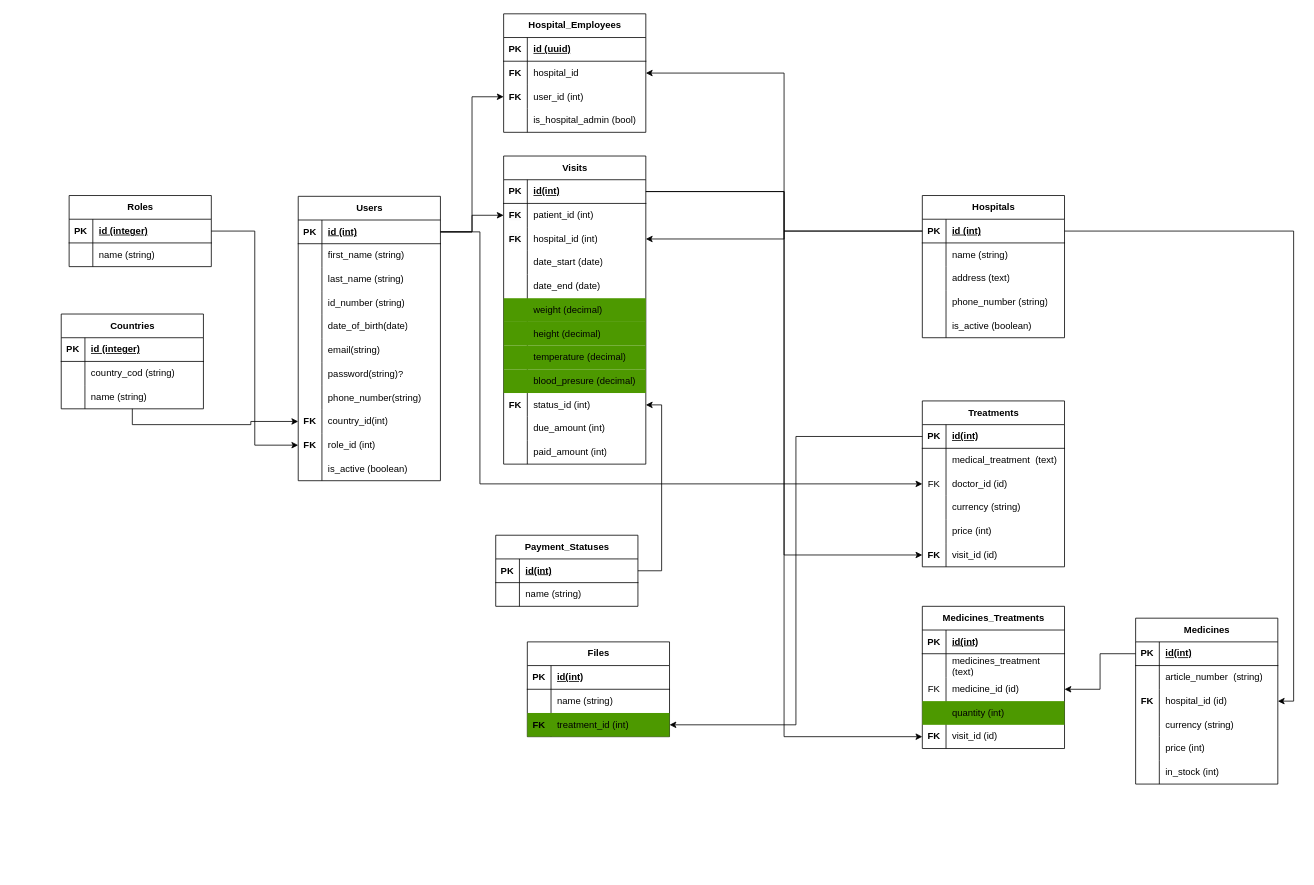
fao30/hospital-management-be keeps this draw.io diagram as Untitled Diagram.drawio. Above is the earlier version. Source tidied: cells renumbered, new cells numbered last; positions are measured from the earlier drawing's top-left corner, leaving out a move shared by most shapes. Both pictures are drawn from the tidied source at 79%, with x=0, y=0 at pixel (61, 13).
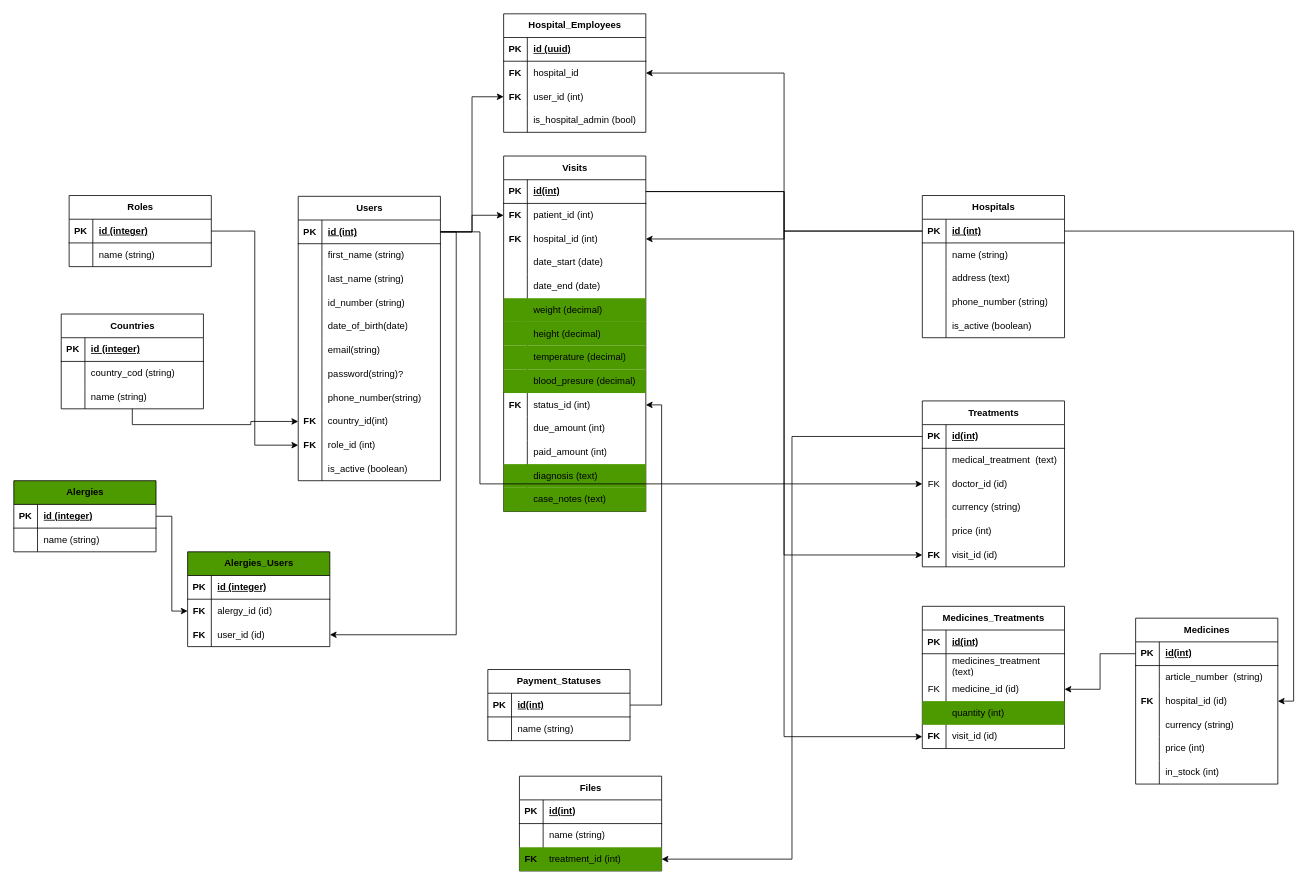
The same diagram, later.

The change refers to these unchanged cells:
```xml
<mxCell id="26" style="shape=tableRow;horizontal=0;startSize=0;swimlaneHead=0;swimlaneBody=0;fillColor=none;points=[[0,0.5],[1,0.5]];portConstraint=eastwest;top=0;left=0;right=0;bottom=1;" parent="25" vertex="1">
  <mxGeometry y="30" width="180" height="30" as="geometry" />
</mxCell>
```

The edit, as a diff of the source:
```diff
@@
     <mxCell id="71" value="Visits" style="shape=table;startSize=30;childLayout=tableLayout;rowLines=0;fontStyle=1;align=center;html=1;" parent="1" vertex="1">
-      <mxGeometry x="560" y="180" width="180" height="390" as="geometry" />
+      <mxGeometry x="560" y="180" width="180" height="450" as="geometry" />
     </mxCell>
@@
+    <mxCell id="203" style="shape=tableRow;horizontal=0;startSize=0;swimlaneHead=0;swimlaneBody=0;fillColor=#4D9900;top=0;left=0;right=0;bottom=0;" parent="71" vertex="1">
+      <mxGeometry y="390" width="180" height="30" as="geometry" />
+    </mxCell>
+    <mxCell id="204" style="shape=partialRectangle;fillColor=none;top=0;left=0;bottom=0;right=0;overflow=hidden;whiteSpace=wrap;html=1;" parent="203" vertex="1">
+      <mxGeometry width="30" height="30" as="geometry" />
+    </mxCell>
+    <mxCell id="205" value="diagnosis (text)" style="shape=partialRectangle;fillColor=none;top=0;left=0;bottom=0;right=0;align=left;spacingLeft=6;overflow=hidden;whiteSpace=wrap;html=1;" parent="203" vertex="1">
+      <mxGeometry x="30" width="150" height="30" as="geometry" />
+    </mxCell>
+    <mxCell id="206" style="shape=tableRow;horizontal=0;startSize=0;swimlaneHead=0;swimlaneBody=0;fillColor=#4D9900;top=0;left=0;right=0;bottom=0;" parent="71" vertex="1">
+      <mxGeometry y="420" width="180" height="30" as="geometry" />
+    </mxCell>
+    <mxCell id="207" style="shape=partialRectangle;fillColor=none;top=0;left=0;bottom=0;right=0;overflow=hidden;whiteSpace=wrap;html=1;" parent="206" vertex="1">
+      <mxGeometry width="30" height="30" as="geometry" />
+    </mxCell>
+    <mxCell id="208" value="case_notes (text)" style="shape=partialRectangle;fillColor=none;top=0;left=0;bottom=0;right=0;align=left;spacingLeft=6;overflow=hidden;whiteSpace=wrap;html=1;" parent="206" vertex="1">
+      <mxGeometry x="30" width="150" height="30" as="geometry" />
+    </mxCell>
@@
     <mxCell id="146" value="Payment_Statuses" style="shape=table;startSize=30;childLayout=tableLayout;rowLines=0;fontStyle=1;align=center;html=1;" parent="1" vertex="1">
-      <mxGeometry x="550" y="660" width="180" height="90" as="geometry" />
+      <mxGeometry x="540" y="830" width="180" height="90" as="geometry" />
     </mxCell>
@@
     <mxCell id="192" value="Files" style="shape=table;startSize=30;childLayout=tableLayout;rowLines=0;fontStyle=1;align=center;html=1;" parent="1" vertex="1">
-      <mxGeometry x="590" y="795" width="180" height="120" as="geometry" />
+      <mxGeometry x="580" y="965" width="180" height="120" as="geometry" />
     </mxCell>
@@
+    <mxCell id="209" value="Alergies" style="shape=table;startSize=30;childLayout=tableLayout;rowLines=0;fontStyle=1;align=center;html=1;fillColor=#4D9900;" parent="1" vertex="1">
+      <mxGeometry x="-60" y="591" width="180" height="90" as="geometry" />
+    </mxCell>
+    <mxCell id="210" style="shape=tableRow;horizontal=0;startSize=0;swimlaneHead=0;swimlaneBody=0;fillColor=none;points=[[0,0.5],[1,0.5]];portConstraint=eastwest;top=0;left=0;right=0;bottom=1;" parent="209" vertex="1">
+      <mxGeometry y="30" width="180" height="30" as="geometry" />
+    </mxCell>
+    <mxCell id="211" value="PK" style="shape=partialRectangle;fillColor=none;top=0;left=0;bottom=0;right=0;fontStyle=1;overflow=hidden;whiteSpace=wrap;html=1;" parent="210" vertex="1">
+      <mxGeometry width="30" height="30" as="geometry" />
+    </mxCell>
+    <mxCell id="212" value="id (integer)" style="shape=partialRectangle;fillColor=none;top=0;left=0;bottom=0;right=0;align=left;spacingLeft=6;fontStyle=5;overflow=hidden;whiteSpace=wrap;html=1;" parent="210" vertex="1">
+      <mxGeometry x="30" width="150" height="30" as="geometry" />
+    </mxCell>
+    <mxCell id="213" style="shape=tableRow;horizontal=0;startSize=0;swimlaneHead=0;swimlaneBody=0;fillColor=none;top=0;left=0;right=0;bottom=0;" parent="209" vertex="1">
+      <mxGeometry y="60" width="180" height="30" as="geometry" />
+    </mxCell>
+    <mxCell id="214" style="shape=partialRectangle;fillColor=none;top=0;left=0;bottom=0;right=0;overflow=hidden;whiteSpace=wrap;html=1;" parent="213" vertex="1">
+      <mxGeometry width="30" height="30" as="geometry" />
+    </mxCell>
+    <mxCell id="215" value="name (string)" style="shape=partialRectangle;fillColor=none;top=0;left=0;bottom=0;right=0;align=left;spacingLeft=6;overflow=hidden;whiteSpace=wrap;html=1;" parent="213" vertex="1">
+      <mxGeometry x="30" width="150" height="30" as="geometry" />
+    </mxCell>
+    <mxCell id="216" value="Alergies_Users" style="shape=table;startSize=30;childLayout=tableLayout;rowLines=0;fontStyle=1;align=center;html=1;fillColor=#4D9900;" parent="1" vertex="1">
+      <mxGeometry x="160" y="681" width="180" height="120" as="geometry" />
+    </mxCell>
+    <mxCell id="217" style="shape=tableRow;horizontal=0;startSize=0;swimlaneHead=0;swimlaneBody=0;fillColor=none;top=0;left=0;right=0;bottom=1;" parent="216" vertex="1">
+      <mxGeometry y="30" width="180" height="30" as="geometry" />
+    </mxCell>
+    <mxCell id="218" value="PK" style="shape=partialRectangle;fillColor=none;top=0;left=0;bottom=0;right=0;fontStyle=1;overflow=hidden;whiteSpace=wrap;html=1;" parent="217" vertex="1">
+      <mxGeometry width="30" height="30" as="geometry" />
+    </mxCell>
+    <mxCell id="219" value="id (integer)" style="shape=partialRectangle;fillColor=none;top=0;left=0;bottom=0;right=0;align=left;spacingLeft=6;fontStyle=5;overflow=hidden;whiteSpace=wrap;html=1;" parent="217" vertex="1">
+      <mxGeometry x="30" width="150" height="30" as="geometry" />
+    </mxCell>
+    <mxCell id="220" style="shape=tableRow;horizontal=0;startSize=0;swimlaneHead=0;swimlaneBody=0;fillColor=none;points=[[0,0.5],[1,0.5]];portConstraint=eastwest;top=0;left=0;right=0;bottom=0;" parent="216" vertex="1">
+      <mxGeometry y="60" width="180" height="30" as="geometry" />
+    </mxCell>
+    <mxCell id="221" value="&lt;b&gt;FK&lt;/b&gt;" style="shape=partialRectangle;fillColor=none;top=0;left=0;bottom=0;right=0;overflow=hidden;whiteSpace=wrap;html=1;" parent="220" vertex="1">
+      <mxGeometry width="30" height="30" as="geometry" />
+    </mxCell>
+    <mxCell id="222" value="alergy_id (id)" style="shape=partialRectangle;fillColor=none;top=0;left=0;bottom=0;right=0;align=left;spacingLeft=6;overflow=hidden;whiteSpace=wrap;html=1;" parent="220" vertex="1">
+      <mxGeometry x="30" width="150" height="30" as="geometry" />
+    </mxCell>
+    <mxCell id="223" style="shape=tableRow;horizontal=0;startSize=0;swimlaneHead=0;swimlaneBody=0;fillColor=none;points=[[0,0.5],[1,0.5]];portConstraint=eastwest;top=0;left=0;right=0;bottom=0;" parent="216" vertex="1">
+      <mxGeometry y="90" width="180" height="30" as="geometry" />
+    </mxCell>
+    <mxCell id="224" value="&lt;b&gt;FK&lt;/b&gt;" style="shape=partialRectangle;fillColor=none;top=0;left=0;bottom=0;right=0;overflow=hidden;whiteSpace=wrap;html=1;" parent="223" vertex="1">
+      <mxGeometry width="30" height="30" as="geometry" />
+    </mxCell>
+    <mxCell id="225" value="user_id (id)" style="shape=partialRectangle;fillColor=none;top=0;left=0;bottom=0;right=0;align=left;spacingLeft=6;overflow=hidden;whiteSpace=wrap;html=1;" parent="223" vertex="1">
+      <mxGeometry x="30" width="150" height="30" as="geometry" />
+    </mxCell>
+    <mxCell id="226" style="edgeStyle=orthogonalEdgeStyle;rounded=0;jettySize=auto;html=1;entryX=1;entryY=0.5;entryDx=0;entryDy=0;" parent="1" edge="1" source="26" target="223">
+      <mxGeometry relative="1" as="geometry">
+        <Array as="points">
+          <mxPoint x="500" y="276" />
+          <mxPoint x="500" y="786" />
+        </Array>
+      </mxGeometry>
+    </mxCell>
+    <mxCell id="227" style="edgeStyle=orthogonalEdgeStyle;rounded=0;jettySize=auto;html=1;" parent="1" edge="1" source="210" target="220">
+      <mxGeometry relative="1" as="geometry" />
+    </mxCell>
```
